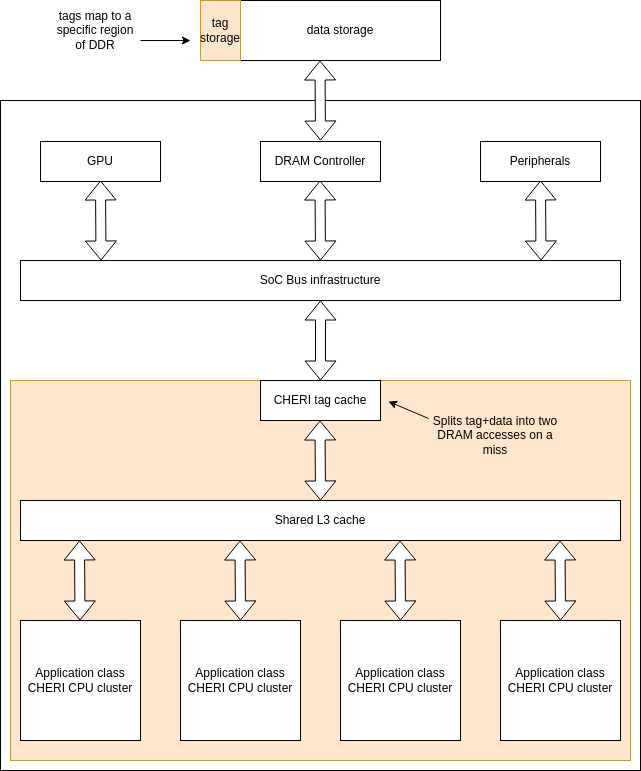
The draw.io diagram src/img/large_cheri_system.drawio.png in riscv/riscv-cheri, before a commit. Source tidied: cells renumbered, new cells last; positions are measured from the earlier drawing's top-left corner, leaving out a move shared by most shapes.
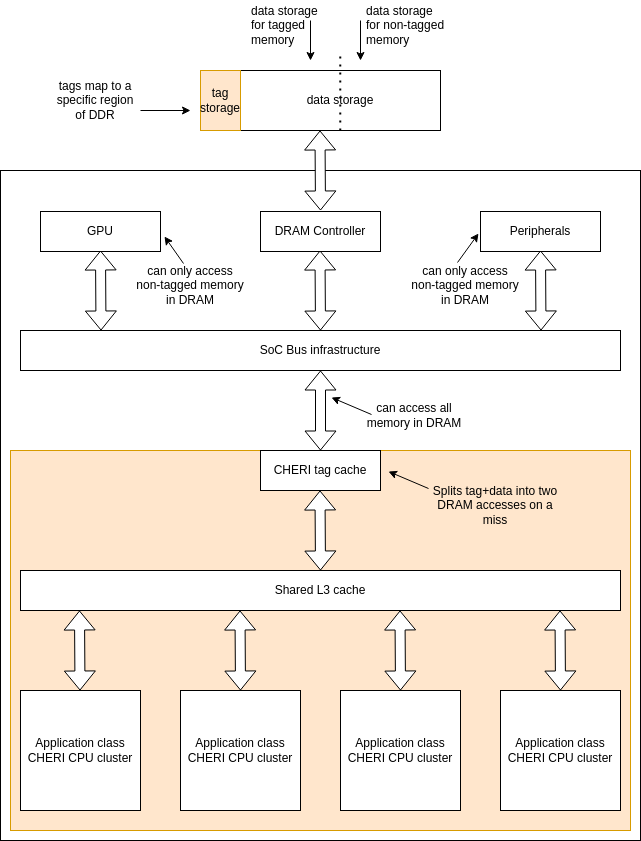
Above is the later version.

Commit message:
add cheri purecap system and fix other review comments

The edit, as a diff of the source:
```diff
@@ -125,5 +125,56 @@
         <mxPoint x="190" y="40" as="targetPoint" />
       </mxGeometry>
     </mxCell>
+    <mxCell id="31" style="endArrow=none;dashed=1;html=1;dashPattern=1 3;strokeWidth=2;rounded=0;" parent="1" edge="1">
+      <mxGeometry relative="1" as="geometry">
+        <mxPoint x="339.8" y="60" as="sourcePoint" />
+        <mxPoint x="339.8" y="-20" as="targetPoint" />
+      </mxGeometry>
+    </mxCell>
+    <mxCell id="32" value="data storage for tagged memory" style="text;strokeColor=none;fillColor=none;align=left;verticalAlign=middle;spacingLeft=4;spacingRight=4;overflow=hidden;whiteSpace=wrap;html=1;" parent="1" vertex="1">
+      <mxGeometry x="245" y="-70" width="80" height="50" as="geometry" />
+    </mxCell>
+    <mxCell id="33" style="endArrow=classic;html=1;rounded=0;" parent="1" edge="1">
+      <mxGeometry relative="1" as="geometry">
+        <mxPoint x="310" y="-50" as="sourcePoint" />
+        <mxPoint x="310" y="-10" as="targetPoint" />
+      </mxGeometry>
+    </mxCell>
+    <mxCell id="34" style="endArrow=classic;html=1;rounded=0;" parent="1" edge="1">
+      <mxGeometry relative="1" as="geometry">
+        <mxPoint x="360" y="-50" as="sourcePoint" />
+        <mxPoint x="360" y="-10" as="targetPoint" />
+      </mxGeometry>
+    </mxCell>
+    <mxCell id="35" value="data storage for non-tagged memory" style="text;strokeColor=none;fillColor=none;align=left;verticalAlign=middle;spacingLeft=4;spacingRight=4;overflow=hidden;whiteSpace=wrap;html=1;" parent="1" vertex="1">
+      <mxGeometry x="360" y="-70" width="90" height="50" as="geometry" />
+    </mxCell>
+    <mxCell id="36" value="can only access non-tagged memory in DRAM" style="text;html=1;align=center;verticalAlign=middle;whiteSpace=wrap;rounded=0;" parent="1" vertex="1">
+      <mxGeometry x="135" y="200" width="110" height="30" as="geometry" />
+    </mxCell>
+    <mxCell id="37" style="endArrow=classic;html=1;rounded=0;" parent="1" edge="1">
+      <mxGeometry relative="1" as="geometry">
+        <mxPoint x="183" y="193" as="sourcePoint" />
+        <mxPoint x="164" y="166" as="targetPoint" />
+      </mxGeometry>
+    </mxCell>
+    <mxCell id="38" value="can only access non-tagged memory in DRAM" style="text;html=1;align=center;verticalAlign=middle;whiteSpace=wrap;rounded=0;" parent="1" vertex="1">
+      <mxGeometry x="410" y="200" width="110" height="30" as="geometry" />
+    </mxCell>
+    <mxCell id="39" style="endArrow=classic;html=1;rounded=0;" parent="1" edge="1">
+      <mxGeometry relative="1" as="geometry">
+        <mxPoint x="457" y="192" as="sourcePoint" />
+        <mxPoint x="478" y="163" as="targetPoint" />
+      </mxGeometry>
+    </mxCell>
+    <mxCell id="40" style="endArrow=classic;html=1;rounded=0;" parent="1" edge="1">
+      <mxGeometry relative="1" as="geometry">
+        <mxPoint x="371" y="344" as="sourcePoint" />
+        <mxPoint x="331" y="327" as="targetPoint" />
+      </mxGeometry>
+    </mxCell>
+    <mxCell id="41" value="can access all memory in DRAM" style="text;html=1;align=center;verticalAlign=middle;whiteSpace=wrap;rounded=0;" parent="1" vertex="1">
+      <mxGeometry x="359" y="330" width="110" height="30" as="geometry" />
+    </mxCell>
   </root>
 </mxGraphModel>
```
